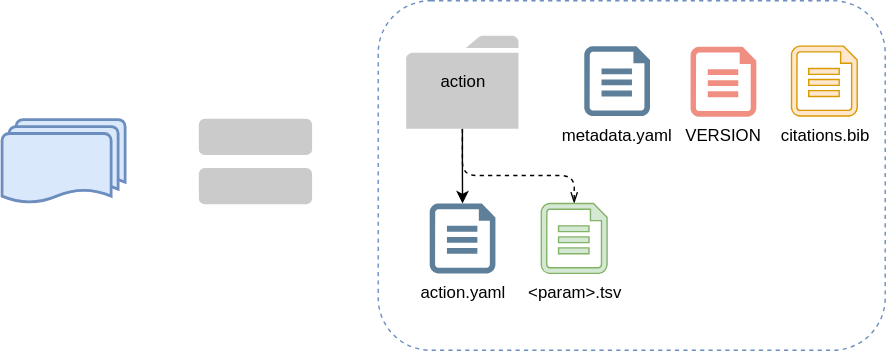
qiime2/dev-docs keeps this draw.io diagram as source/img/archive_versions/v4_prov_files.svg. Above is the earlier version. Source tidied: cells renumbered, new cells last; positions are measured from the earlier drawing's top-left corner, leaving out a move shared by most shapes.
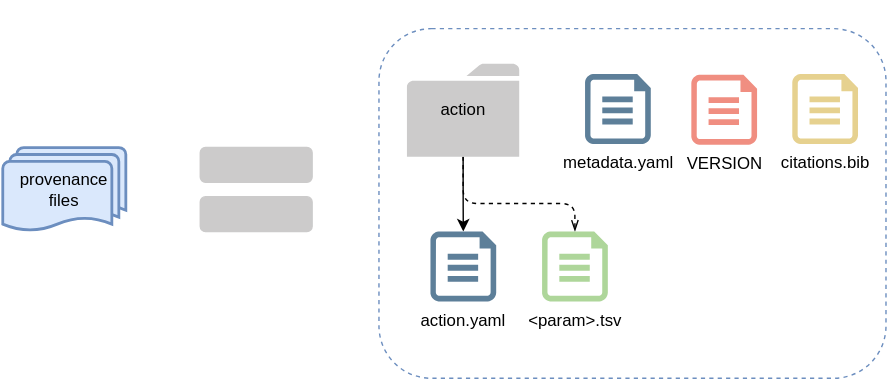
After the change.

What changed in the source:
```diff
@@ -3,48 +3,54 @@
     <mxCell id="0" />
     <mxCell id="1" parent="0" />
     <mxCell id="2" style="whiteSpace=wrap;html=1;fillColor=none;dashed=1;shadow=0;glass=0;strokeColor=#6C8EBF;rounded=1;" parent="1" vertex="1">
-      <mxGeometry x="269.5" width="362.5" height="250" as="geometry" />
+      <mxGeometry x="241" y="-1012" width="362.5" height="250" as="geometry" />
     </mxCell>
-    <mxCell id="3" style="strokeWidth=2;html=1;shape=mxgraph.flowchart.multi-document;whiteSpace=wrap;fillColor=#dae8fc;strokeColor=#6c8ebf;rounded=1;" parent="1" vertex="1">
-      <mxGeometry x="0.5" y="85" width="88" height="60" as="geometry" />
+    <mxCell id="3" style="edgeStyle=orthogonalEdgeStyle;rounded=0;orthogonalLoop=1;jettySize=auto;html=1;dashed=1;strokeColor=none;startArrow=classic;startFill=1;endArrow=none;endFill=0;" parent="1" edge="1">
+      <mxGeometry relative="1" as="geometry">
+        <mxPoint x="332.7" y="-926.5" as="sourcePoint" />
+        <mxPoint x="293.2" y="-1025" as="targetPoint" />
+      </mxGeometry>
     </mxCell>
-    <mxCell id="4" style="group;" parent="1" vertex="1">
-      <mxGeometry x="141.7" y="85" width="80" height="60" as="geometry" />
+    <mxCell id="4" value="&lt;div&gt;provenance files&lt;/div&gt;" style="strokeWidth=2;html=1;shape=mxgraph.flowchart.multi-document;whiteSpace=wrap;fillColor=#dae8fc;strokeColor=#6c8ebf;rounded=1;" parent="1" vertex="1">
+      <mxGeometry x="-28" y="-927" width="88" height="60" as="geometry" />
     </mxCell>
-    <mxCell id="5" style="rounded=1;whiteSpace=wrap;html=1;fillColor=#CCCBCB;strokeColor=#CCCBCB;" parent="4" vertex="1">
-      <mxGeometry width="80" height="24.9" as="geometry" />
+    <mxCell id="5" style="group;" parent="1" vertex="1">
+      <mxGeometry x="113.2" y="-927" width="80" height="60" as="geometry" />
     </mxCell>
-    <mxCell id="6" style="rounded=1;whiteSpace=wrap;html=1;fillColor=#CCCBCB;strokeColor=#CCCBCB;" parent="4" vertex="1">
-      <mxGeometry y="35.1" width="80" height="24.9" as="geometry" />
+    <mxCell id="6" style="rounded=1;whiteSpace=wrap;html=1;fillColor=#CCCBCB;strokeColor=#CCCBCB;" parent="5" vertex="1">
+      <mxGeometry width="80" height="24.9" as="geometry" />
     </mxCell>
-    <mxCell id="7" style="edgeStyle=orthogonalEdgeStyle;jettySize=auto;html=1;" parent="1" edge="1" source="9" target="12">
-      <mxGeometry relative="1" as="geometry" />
+    <mxCell id="7" style="rounded=1;whiteSpace=wrap;html=1;fillColor=#CCCBCB;strokeColor=#CCCBCB;" parent="5" vertex="1">
+      <mxGeometry y="35.1" width="80" height="24.9" as="geometry" />
     </mxCell>
-    <mxCell id="8" style="edgeStyle=orthogonalEdgeStyle;jettySize=auto;html=1;entryX=0.5;entryY=0;entryDx=0;entryDy=0;entryPerimeter=0;dashed=1;endArrow=openThin;endFill=0;" parent="1" edge="1" source="9" target="13">
-      <mxGeometry relative="1" as="geometry">
-        <Array as="points">
-          <mxPoint x="329.5" y="125" />
-          <mxPoint x="409.5" y="125" />
-        </Array>
-      </mxGeometry>
+    <mxCell id="8" style="edgeStyle=orthogonalEdgeStyle;jettySize=auto;html=1;" parent="1" edge="1" source="10" target="13">
+      <mxGeometry relative="1" as="geometry" />
     </mxCell>
-    <mxCell id="9" value="&lt;div&gt;action&lt;/div&gt;" style="shadow=0;dashed=0;html=1;strokeColor=none;labelPosition=center;verticalLabelPosition=middle;verticalAlign=middle;outlineConnect=0;align=center;shape=mxgraph.office.concepts.folder;fillColor=#CCCBCB;rounded=1;" parent="1" vertex="1">
-      <mxGeometry x="289.5" y="25" width="80.3" height="66.5" as="geometry" />
+    <mxCell id="9" style="edgeStyle=orthogonalEdgeStyle;jettySize=auto;html=1;entryX=0.5;entryY=0;entryDx=0;entryDy=0;entryPerimeter=0;dashed=1;endArrow=openThin;endFill=0;" parent="1" edge="1" source="10" target="14">
+      <mxGeometry relative="1" as="geometry">
+        <Array as="points">
+          <mxPoint x="301" y="-887" />
+          <mxPoint x="381" y="-887" />
+        </Array>
+      </mxGeometry>
     </mxCell>
-    <mxCell id="10" value="metadata.yaml" style="shadow=0;dashed=0;html=1;strokeColor=none;labelPosition=center;verticalLabelPosition=bottom;verticalAlign=top;align=center;shape=mxgraph.azure.file;fillColor=#5D7F99;rounded=1;" parent="1" vertex="1">
-      <mxGeometry x="416.8" y="32.5" width="47" height="50" as="geometry" />
+    <mxCell id="10" value="&lt;div&gt;action&lt;/div&gt;" style="shadow=0;dashed=0;html=1;strokeColor=none;labelPosition=center;verticalLabelPosition=middle;verticalAlign=middle;outlineConnect=0;align=center;shape=mxgraph.office.concepts.folder;fillColor=#CCCBCB;rounded=1;" parent="1" vertex="1">
+      <mxGeometry x="261" y="-987" width="80.3" height="66.5" as="geometry" />
     </mxCell>
-    <mxCell id="11" value="VERSION" style="shadow=0;dashed=0;html=1;strokeColor=none;labelPosition=center;verticalLabelPosition=bottom;verticalAlign=top;align=center;shape=mxgraph.azure.file;fillColor=#F08E81;rounded=1;" parent="1" vertex="1">
-      <mxGeometry x="492.8" y="33" width="47" height="50" as="geometry" />
+    <mxCell id="11" value="metadata.yaml" style="shadow=0;dashed=0;html=1;strokeColor=none;labelPosition=center;verticalLabelPosition=bottom;verticalAlign=top;align=center;shape=mxgraph.azure.file;fillColor=#5D7F99;rounded=1;" parent="1" vertex="1">
+      <mxGeometry x="388.4" y="-979.5" width="47" height="50" as="geometry" />
     </mxCell>
-    <mxCell id="12" value="action.yaml" style="shadow=0;dashed=0;html=1;strokeColor=none;labelPosition=center;verticalLabelPosition=bottom;verticalAlign=top;align=center;shape=mxgraph.azure.file;fillColor=#5D7F99;rounded=1;" parent="1" vertex="1">
-      <mxGeometry x="306.3" y="145" width="47" height="50" as="geometry" />
+    <mxCell id="12" value="VERSION" style="shadow=0;dashed=0;html=1;strokeColor=none;labelPosition=center;verticalLabelPosition=bottom;verticalAlign=top;align=center;shape=mxgraph.azure.file;fillColor=#F08E81;rounded=1;" parent="1" vertex="1">
+      <mxGeometry x="464.4" y="-979" width="47" height="50" as="geometry" />
     </mxCell>
-    <mxCell id="13" value="&lt;div&gt;&amp;lt;param&amp;gt;.tsv&lt;/div&gt;" style="shadow=0;dashed=0;html=1;strokeColor=#82b366;labelPosition=center;verticalLabelPosition=bottom;verticalAlign=top;align=center;shape=mxgraph.azure.file;fillColor=#d5e8d4;rounded=1;" parent="1" vertex="1">
-      <mxGeometry x="386.1" y="145" width="47" height="50" as="geometry" />
+    <mxCell id="13" value="action.yaml" style="shadow=0;dashed=0;html=1;strokeColor=none;labelPosition=center;verticalLabelPosition=bottom;verticalAlign=top;align=center;shape=mxgraph.azure.file;fillColor=#5D7F99;rounded=1;" parent="1" vertex="1">
+      <mxGeometry x="277.8" y="-867" width="47" height="50" as="geometry" />
     </mxCell>
-    <mxCell id="14" value="citations.bib" style="shadow=0;dashed=0;html=1;strokeColor=#d79b00;labelPosition=center;verticalLabelPosition=bottom;verticalAlign=top;align=center;shape=mxgraph.azure.file;fillColor=#ffe6cc;rounded=1;" parent="1" vertex="1">
-      <mxGeometry x="565" y="32.5" width="47" height="50" as="geometry" />
+    <mxCell id="14" value="&lt;div&gt;&amp;lt;param&amp;gt;.tsv&lt;/div&gt;" style="shadow=0;dashed=0;html=1;labelPosition=center;verticalLabelPosition=bottom;verticalAlign=top;align=center;shape=mxgraph.azure.file;rounded=1;strokeColor=none;fillColor=#AED69A;" parent="1" vertex="1">
+      <mxGeometry x="357.6" y="-867" width="47" height="50" as="geometry" />
     </mxCell>
+    <mxCell id="15" value="citations.bib" style="shadow=0;dashed=0;html=1;labelPosition=center;verticalLabelPosition=bottom;verticalAlign=top;align=center;shape=mxgraph.azure.file;rounded=1;strokeColor=none;fillColor=#E6D18F;" parent="1" vertex="1">
+      <mxGeometry x="536.5" y="-979.5" width="47" height="50" as="geometry" />
+    </mxCell>
   </root>
 </mxGraphModel>
```
